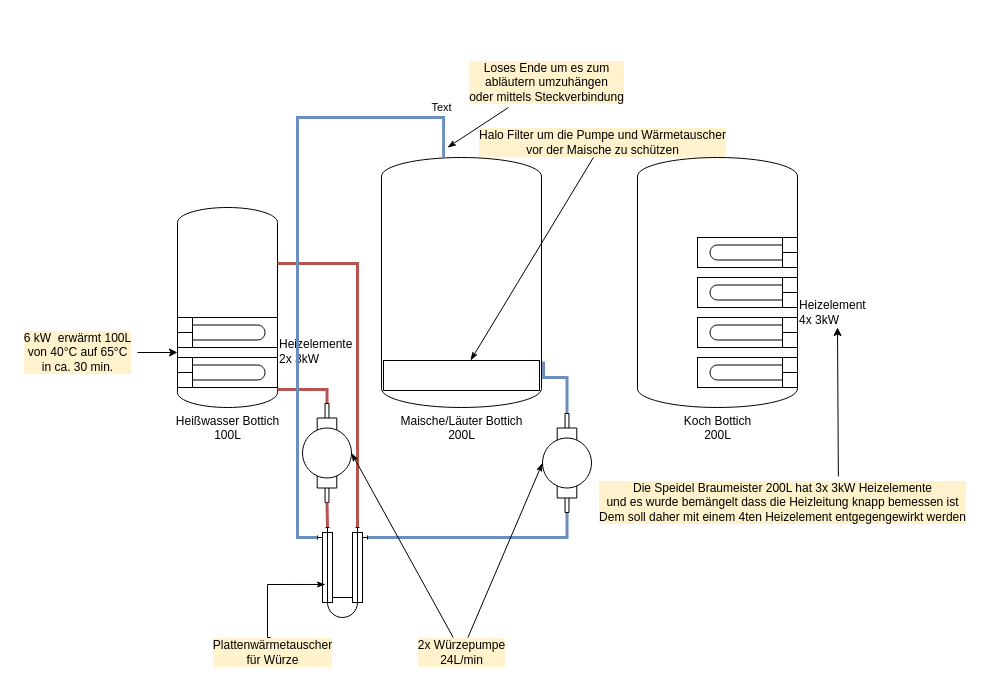
Before: Untitled Diagram.drawio in Raavgo/diy_brewery, a draw.io diagram. Source tidied: cells renumbered, new cells numbered last; positions are measured from the earlier drawing's top-left corner, leaving out a move shared by most shapes. Both pictures are drawn from the tidied source at 100%, with x=0, y=0 at pixel (17, 57).
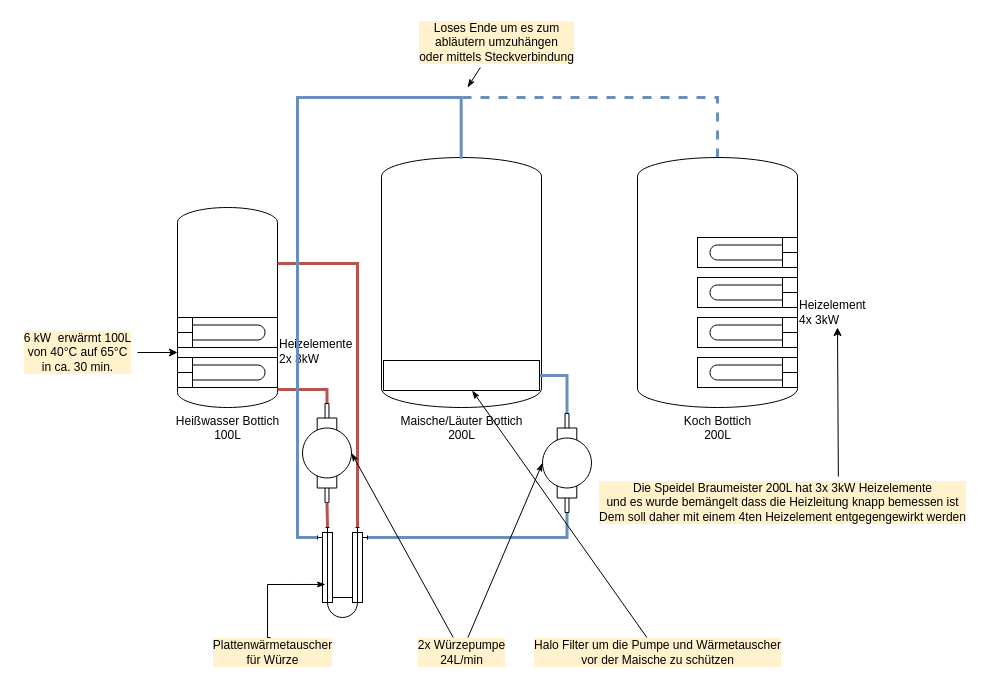
Above is the later version.

Commit message:
Update Brewery Scheme [GER]

Unchanged cells that the change refers to:
```xml
<mxCell id="3" value="&lt;div&gt;Maische/Läuter Bottich&lt;/div&gt;&lt;div&gt;200L&lt;br&gt;&lt;/div&gt;" style="shape=mxgraph.pid.vessels.pressurized_vessel;html=1;align=center;verticalLabelPosition=bottom;verticalAlign=top;dashed=0;" parent="1" vertex="1">
  <mxGeometry x="364" y="100" width="160" height="250" as="geometry" />
</mxCell>
<mxCell id="4" value="&lt;div&gt;Koch Bottich&lt;/div&gt;&lt;div&gt;200L&lt;br&gt;&lt;/div&gt;" style="shape=mxgraph.pid.vessels.pressurized_vessel;html=1;align=center;verticalLabelPosition=bottom;verticalAlign=top;dashed=0;" parent="1" vertex="1">
  <mxGeometry x="620" y="100" width="160" height="250" as="geometry" />
</mxCell>
<mxCell id="22" style="shape=mxgraph.pid.heat_exchangers.double_pipe_heat_exchanger;html=1;align=center;verticalLabelPosition=bottom;verticalAlign=top;dashed=0;labelBackgroundColor=#FFF2CC;rotation=90;" parent="1" vertex="1">
  <mxGeometry x="280" y="490" width="90" height="50" as="geometry" />
</mxCell>
<mxCell id="24" style="shape=mxgraph.pid.pumps.vacuum_pump;html=1;align=center;verticalLabelPosition=bottom;verticalAlign=top;dashed=0;labelBackgroundColor=#FFF2CC;rotation=90;" parent="1" vertex="1">
  <mxGeometry x="500" y="381" width="99" height="49" as="geometry" />
</mxCell>
<mxCell id="32" style="whiteSpace=wrap;html=1;labelBackgroundColor=#FFF2CC;" parent="1" vertex="1">
  <mxGeometry x="366" y="303" width="156" height="30" as="geometry" />
</mxCell>
```

What changed in the source:
```diff
@@
+    <mxCell id="35" style="edgeStyle=orthogonalEdgeStyle;rounded=0;jettySize=auto;html=1;endArrow=none;endFill=0;strokeWidth=3;fillColor=#dae8fc;strokeColor=#6c8ebf;dashed=1;" parent="1" edge="1" source="4">
+      <mxGeometry relative="1" as="geometry">
+        <mxPoint x="440" y="40" as="targetPoint" />
+        <Array as="points">
+          <mxPoint x="700" y="40" />
+        </Array>
+      </mxGeometry>
+    </mxCell>
@@
-    <mxCell id="19" style="edgeStyle=orthogonalEdgeStyle;rounded=0;jettySize=auto;html=1;exitX=0.11;exitY=1;exitDx=0;exitDy=0;exitPerimeter=0;endArrow=none;endFill=0;strokeWidth=3;fillColor=#dae8fc;strokeColor=#6c8ebf;entryX=0.388;entryY=0;entryDx=0;entryDy=0;entryPerimeter=0;" parent="1" edge="1" source="22" target="3">
+    <mxCell id="19" style="edgeStyle=orthogonalEdgeStyle;rounded=0;jettySize=auto;html=1;exitX=0.11;exitY=1;exitDx=0;exitDy=0;exitPerimeter=0;endArrow=none;endFill=0;strokeWidth=3;fillColor=#dae8fc;strokeColor=#6c8ebf;entryX=0.498;entryY=0.005;entryDx=0;entryDy=0;entryPerimeter=0;" parent="1" edge="1" source="22" target="3">
       <mxGeometry relative="1" as="geometry">
         <Array as="points">
           <mxPoint x="280" y="480" />
-          <mxPoint x="280" y="60" />
-          <mxPoint x="426" y="60" />
+          <mxPoint x="280" y="40" />
+          <mxPoint x="444" y="40" />
         </Array>
       </mxGeometry>
     </mxCell>
-    <mxCell id="20" value="Text" style="edgeLabel;html=1;align=center;verticalAlign=middle;" parent="19" vertex="1">
-      <mxGeometry x="0.87" y="6" relative="1" as="geometry">
-        <mxPoint x="-2" y="-5" as="offset" />
-      </mxGeometry>
-    </mxCell>
@@
-    <mxCell id="23" style="edgeStyle=orthogonalEdgeStyle;rounded=0;jettySize=auto;html=1;exitX=0;exitY=0.5;exitDx=0;exitDy=0;exitPerimeter=0;entryX=1.013;entryY=0.816;entryDx=0;entryDy=0;entryPerimeter=0;endArrow=none;endFill=0;strokeWidth=3;fillColor=#dae8fc;strokeColor=#6c8ebf;" parent="1" edge="1" source="24" target="3">
+    <mxCell id="23" style="edgeStyle=orthogonalEdgeStyle;rounded=0;jettySize=auto;html=1;exitX=0;exitY=0.5;exitDx=0;exitDy=0;exitPerimeter=0;entryX=1;entryY=0.5;entryDx=0;entryDy=0;endArrow=none;endFill=0;strokeWidth=3;fillColor=#dae8fc;strokeColor=#6c8ebf;" parent="1" edge="1" source="24" target="32">
       <mxGeometry relative="1" as="geometry">
         <Array as="points">
-          <mxPoint x="550" y="320" />
-          <mxPoint x="526" y="320" />
+          <mxPoint x="550" y="318" />
         </Array>
       </mxGeometry>
     </mxCell>
@@
     <mxCell id="30" style="edgeStyle=none;rounded=0;jettySize=auto;html=1;endArrow=classicThin;endFill=1;strokeWidth=1;" parent="1" edge="1" source="31">
       <mxGeometry relative="1" as="geometry">
-        <mxPoint x="430" y="90" as="targetPoint" />
+        <mxPoint x="450" y="30" as="targetPoint" />
       </mxGeometry>
     </mxCell>
     <mxCell id="31" value="&lt;div&gt;Loses Ende um es zum &lt;br&gt;&lt;/div&gt;&lt;div&gt;abläutern umzuhängen&lt;/div&gt;&lt;div&gt;oder mittels Steckverbindung&lt;br&gt;&lt;/div&gt;" style="text;html=1;align=center;verticalAlign=middle;points=[];strokeColor=none;labelBackgroundColor=#FFF2CC;" parent="1" vertex="1">
-      <mxGeometry x="444" width="170" height="50" as="geometry" />
+      <mxGeometry x="394" y="-40" width="170" height="50" as="geometry" />
     </mxCell>
@@
     <mxCell id="34" value="&lt;div&gt;Halo Filter um die Pumpe und Wärmetauscher&lt;/div&gt;&lt;div&gt;vor der Maische zu schützen&lt;/div&gt;" style="text;html=1;align=center;verticalAlign=middle;points=[];strokeColor=none;labelBackgroundColor=#FFF2CC;" parent="1" vertex="1">
-      <mxGeometry x="455" y="70" width="260" height="30" as="geometry" />
+      <mxGeometry x="510" y="580" width="260" height="30" as="geometry" />
     </mxCell>
+    <mxCell id="36" style="endArrow=none;html=1;strokeWidth=3;" parent="1" edge="1" source="3">
+      <mxGeometry relative="1" as="geometry">
+        <mxPoint x="524" y="150" as="targetPoint" />
+      </mxGeometry>
+    </mxCell>
```
